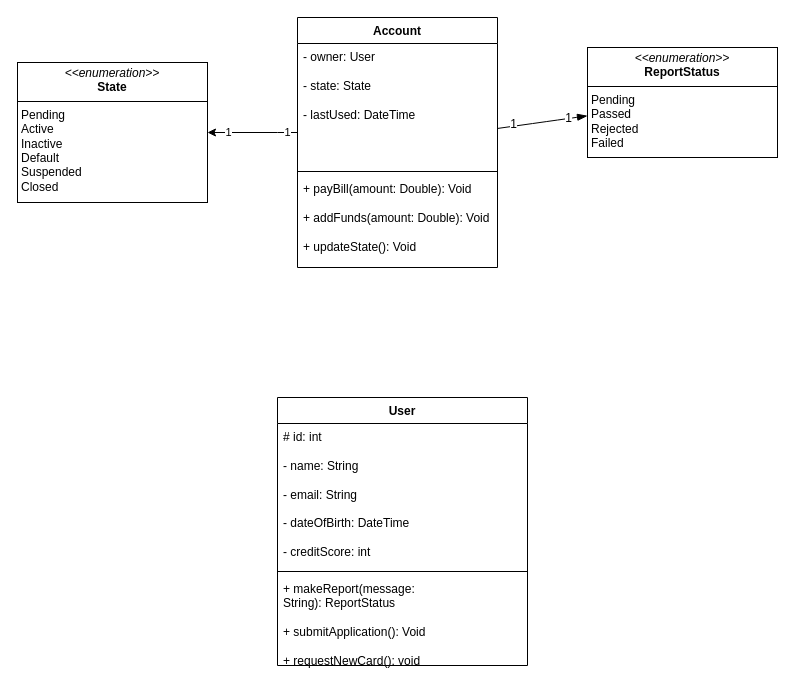
Earlier version of the draw.io diagram page "Page-3" (3 of 3) of workshop6_week7.drawio (antonykimuom/SWEN30006-2025-SM1-workshop1-tuew05-14-00-team-12). Source tidied: cells renumbered, new cells numbered last; positions are measured from the earlier drawing's top-left corner, leaving out a move shared by most shapes. Both pictures are drawn from the tidied source at 100%, with x=0, y=0 at pixel (17, 17).
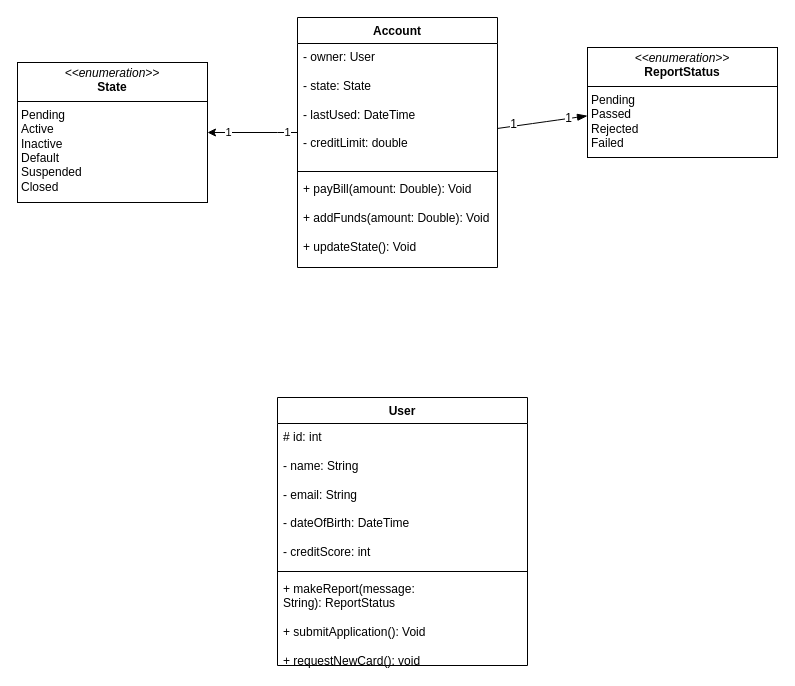
After the change.

Commit message:
added credit limit

The change refers to these unchanged cells:
```xml
<mxCell id="2" value="Account" style="swimlane;fontStyle=1;align=center;verticalAlign=top;horizontal=1;startSize=26;whiteSpace=wrap;html=1;" parent="1" vertex="1">
  <mxGeometry x="280" width="200" height="250" as="geometry" />
</mxCell>
```

What changed in the source:
```diff
@@
-    <mxCell id="3" value="&lt;div&gt;- owner: User&lt;/div&gt;&lt;div&gt;&lt;br&gt;&lt;/div&gt;- state: State&lt;div&gt;&lt;br&gt;&lt;/div&gt;&lt;div&gt;- lastUsed: DateTime&lt;/div&gt;" style="text;strokeColor=none;fillColor=none;align=left;verticalAlign=top;spacingLeft=4;spacingRight=4;overflow=hidden;whiteSpace=wrap;html=1;" parent="2" vertex="1">
+    <mxCell id="3" value="&lt;div&gt;- owner: User&lt;/div&gt;&lt;div&gt;&lt;br&gt;&lt;/div&gt;- state: State&lt;div&gt;&lt;br&gt;&lt;/div&gt;&lt;div&gt;- lastUsed: DateTime&lt;/div&gt;&lt;div&gt;&lt;br&gt;&lt;/div&gt;&lt;div&gt;- creditLimit: double&lt;/div&gt;" style="text;strokeColor=none;fillColor=none;align=left;verticalAlign=top;spacingLeft=4;spacingRight=4;overflow=hidden;whiteSpace=wrap;html=1;" parent="2" vertex="1">
       <mxGeometry y="26" width="200" height="124" as="geometry" />
     </mxCell>
```
